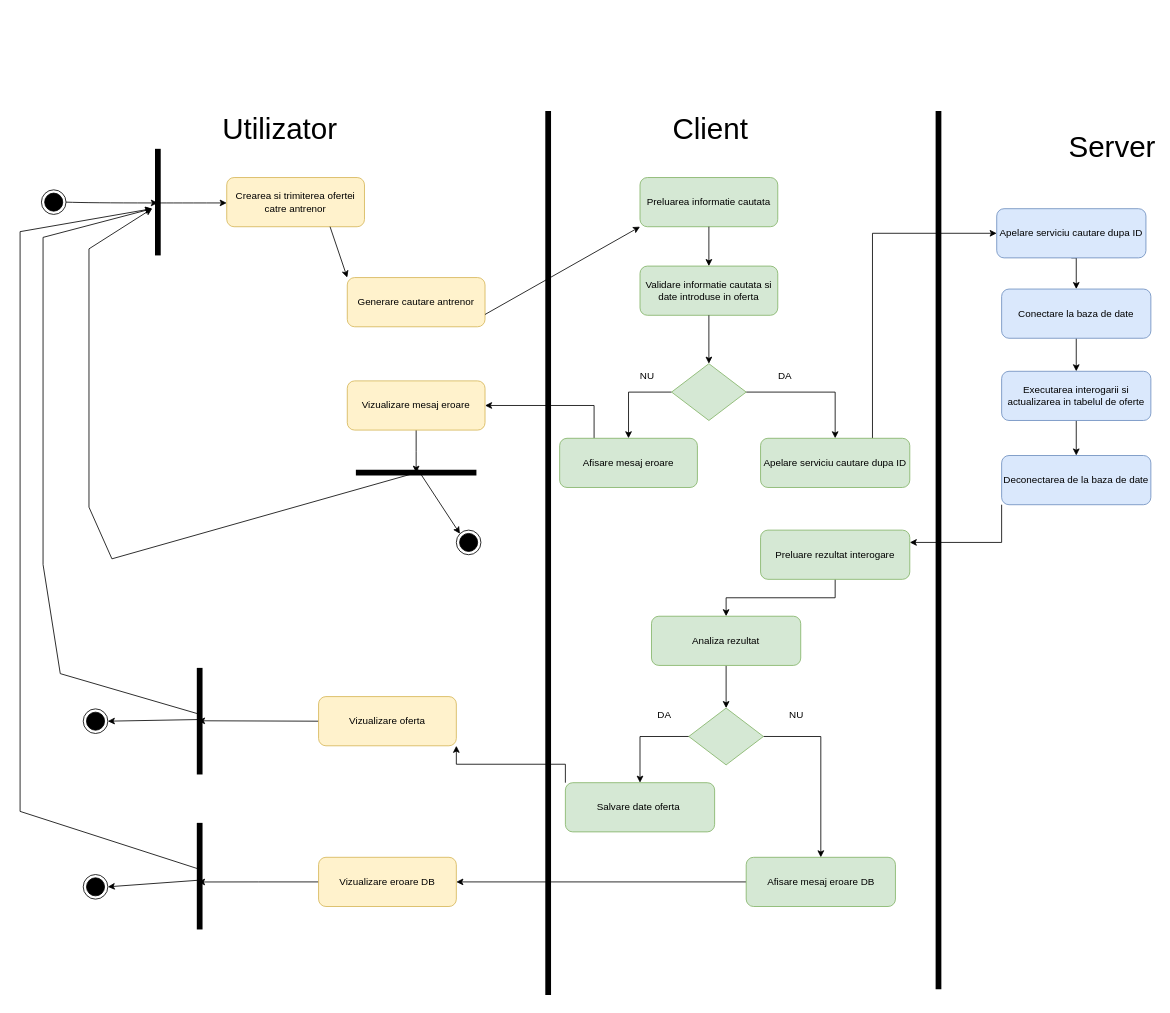
Earlier version of the draw.io diagram diagrams/ExpandStadium.drawio (CaesarHD/football-club-simulator). Source tidied: cells renumbered, new cells numbered last; positions are measured from the earlier drawing's top-left corner, leaving out a move shared by most shapes. Both pictures are drawn from the tidied source at 82%, with x=0, y=0 at pixel (20, 111).
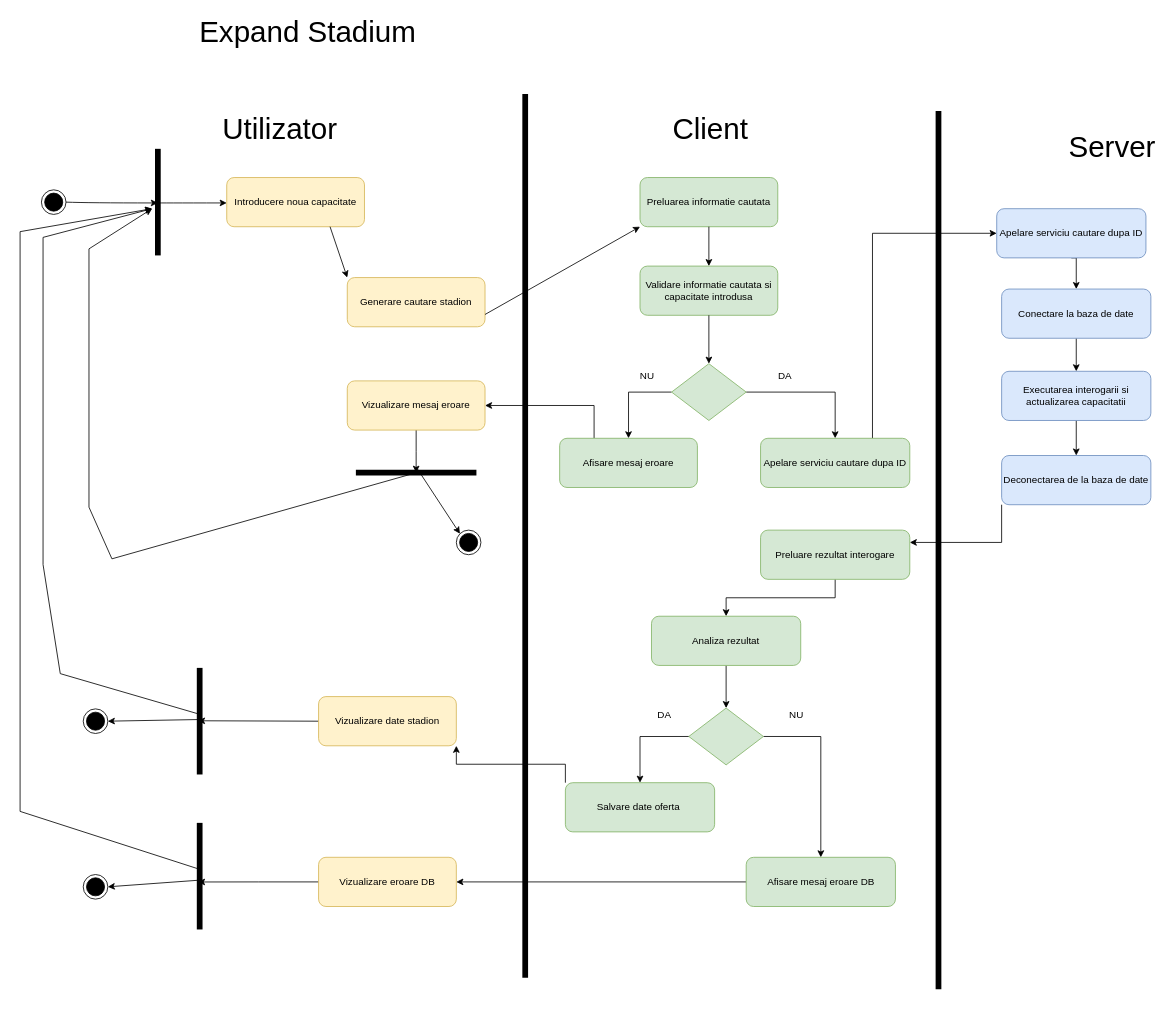
The same diagram, later.

Change to the diagram source:
```diff
@@
-    <mxCell id="6" value="Crearea si trimiterea ofertei catre antrenor" style="rounded=1;whiteSpace=wrap;html=1;fillColor=#fff2cc;strokeColor=#d6b656;" parent="1" vertex="1">
+    <mxCell id="6" value="Introducere noua capacitate" style="rounded=1;whiteSpace=wrap;html=1;fillColor=#fff2cc;strokeColor=#d6b656;" parent="1" vertex="1">
       <mxGeometry x="252" y="81" width="168" height="60" as="geometry" />
     </mxCell>
-    <mxCell id="7" value="Generare cautare antrenor" style="rounded=1;whiteSpace=wrap;html=1;fillColor=#fff2cc;strokeColor=#d6b656;" parent="1" vertex="1">
+    <mxCell id="7" value="Generare cautare stadion" style="rounded=1;whiteSpace=wrap;html=1;fillColor=#fff2cc;strokeColor=#d6b656;" parent="1" vertex="1">
       <mxGeometry x="399" y="203" width="168" height="60" as="geometry" />
     </mxCell>
@@
     <mxCell id="9" style="endArrow=none;html=1;rounded=0;strokeWidth=7;" parent="1" edge="1">
       <mxGeometry relative="1" as="geometry">
-        <mxPoint x="644" y="1078" as="sourcePoint" />
-        <mxPoint x="644" as="targetPoint" />
+        <mxPoint x="616" y="1057" as="sourcePoint" />
+        <mxPoint x="616" y="-21" as="targetPoint" />
       </mxGeometry>
     </mxCell>
@@
-    <mxCell id="12" value="Validare informatie cautata si date introduse in oferta" style="rounded=1;whiteSpace=wrap;html=1;fillColor=#d5e8d4;strokeColor=#82b366;" parent="1" vertex="1">
+    <mxCell id="12" value="Validare informatie cautata si capacitate introdusa" style="rounded=1;whiteSpace=wrap;html=1;fillColor=#d5e8d4;strokeColor=#82b366;" parent="1" vertex="1">
       <mxGeometry x="756" y="189" width="168" height="60" as="geometry" />
     </mxCell>
@@
-    <mxCell id="36" value="Executarea interogarii si actualizarea in tabelul de oferte" style="rounded=1;whiteSpace=wrap;html=1;fillColor=#dae8fc;strokeColor=#6c8ebf;" parent="1" vertex="1">
+    <mxCell id="36" value="Executarea interogarii si actualizarea capacitatii" style="rounded=1;whiteSpace=wrap;html=1;fillColor=#dae8fc;strokeColor=#6c8ebf;" parent="1" vertex="1">
       <mxGeometry x="1197" y="317.3" width="182" height="60" as="geometry" />
     </mxCell>
@@
-    <mxCell id="50" value="Vizualizare oferta" style="rounded=1;whiteSpace=wrap;html=1;fillColor=#fff2cc;strokeColor=#d6b656;" parent="1" vertex="1">
+    <mxCell id="50" value="Vizualizare date stadion" style="rounded=1;whiteSpace=wrap;html=1;fillColor=#fff2cc;strokeColor=#d6b656;" parent="1" vertex="1">
       <mxGeometry x="364" y="714" width="168" height="60" as="geometry" />
     </mxCell>
@@
+    <mxCell id="67" value="&lt;font style=&quot;font-size: 36px;&quot;&gt;Expand Stadium&lt;/font&gt;" style="text;html=1;whiteSpace=wrap;strokeColor=none;fillColor=none;align=center;verticalAlign=middle;rounded=0;" parent="1" vertex="1">
+      <mxGeometry x="217" y="-112" width="268" height="30" as="geometry" />
+    </mxCell>
```
